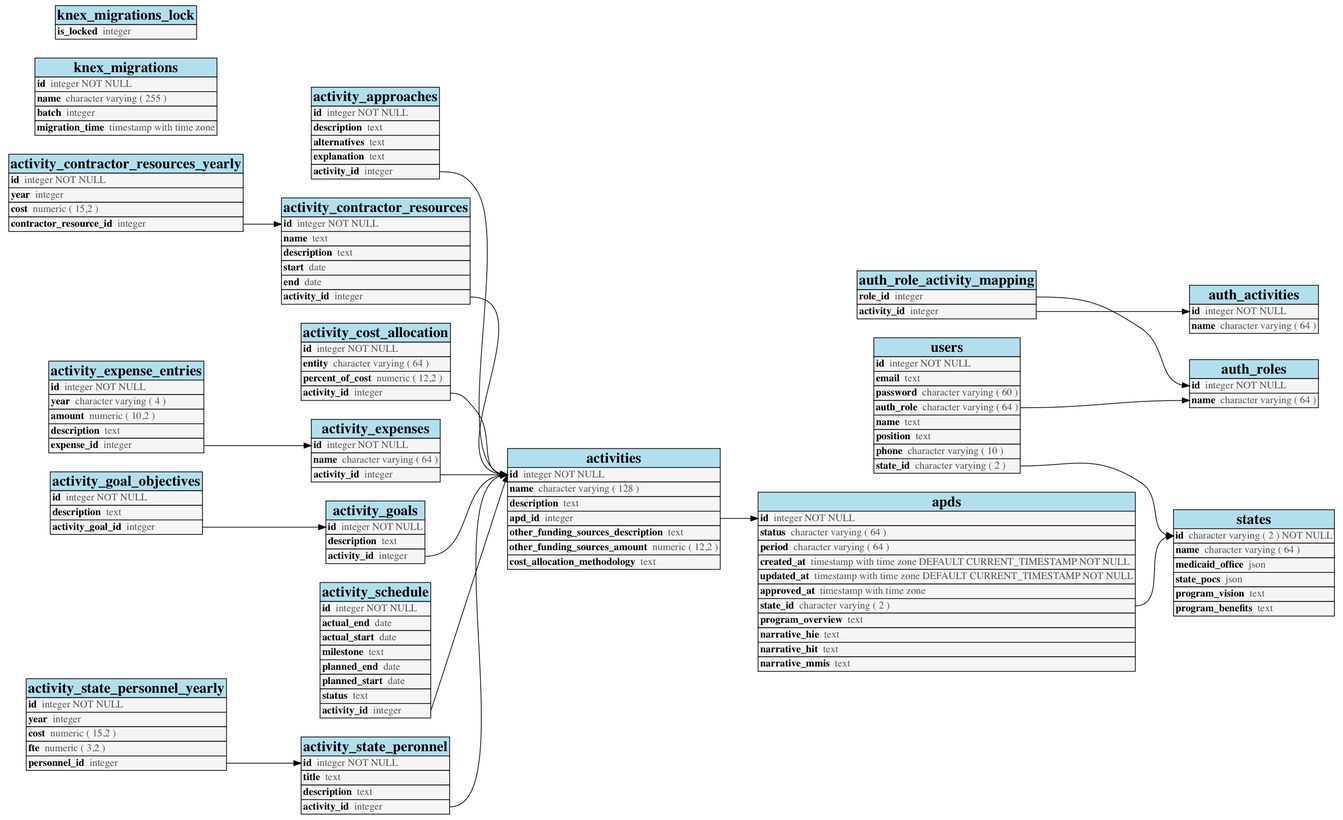
Earlier version of the Graphviz export docs/database-diagram.png (Enterprise-CMCS/eAPD). Its source is kept beside it as docs/database-diagram.dot.
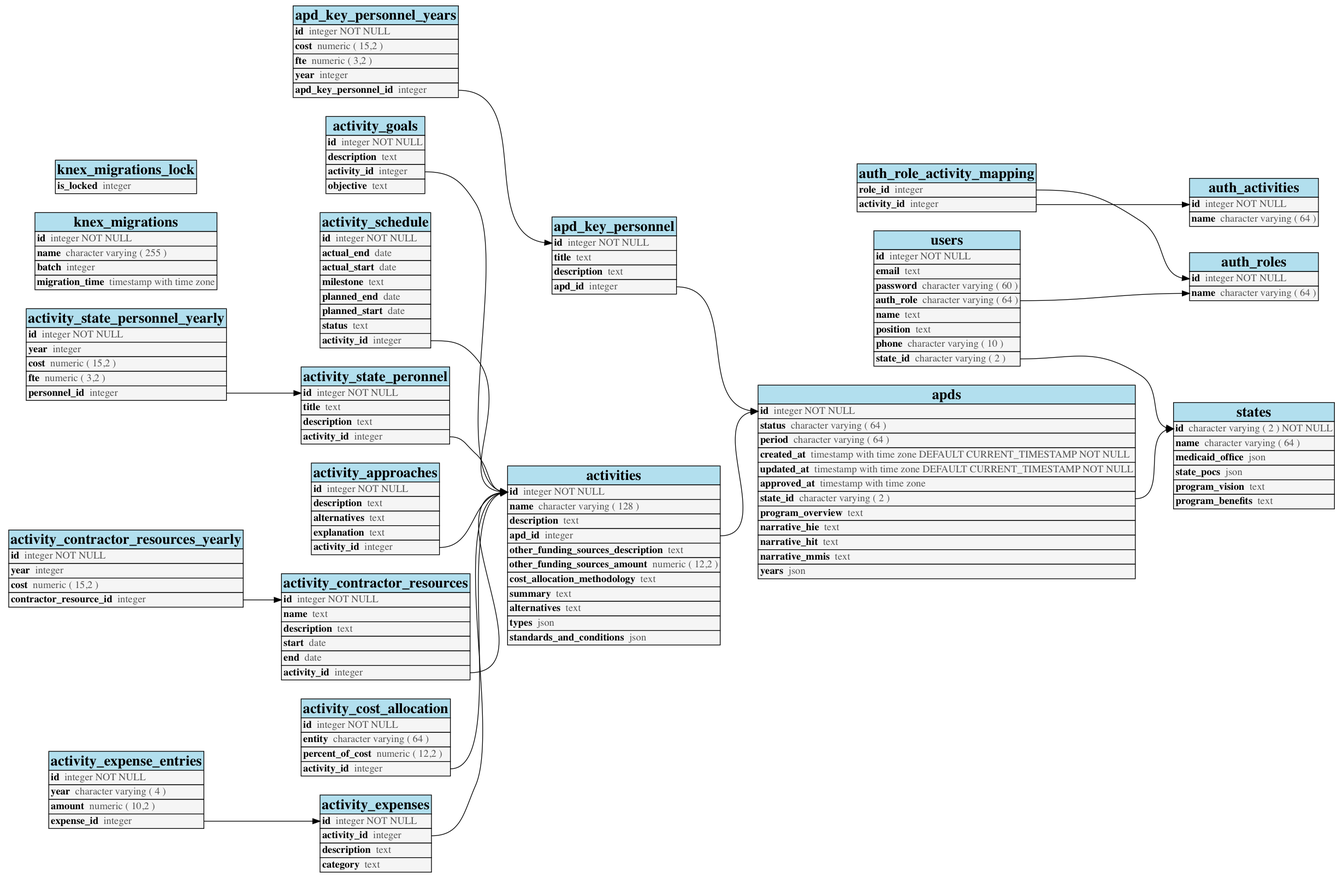
After the commit.

Commit message:
update database diagram

The edit, as a diff of the source:
```diff
@@ -1,5 +1,5 @@
 /*
- * Graphviz of 'dump.sql', created 2018-05-08 19:08:03.521812
+ * Graphviz of 'dump.sql', created 2018-05-24 20:31:41.787902
  * Generated from https://github.com/rm-hull/sql_graphviz
  */
 digraph g { graph [ rankdir = "LR" ];
@@ -16,6 +16,10 @@
         <tr><td bgcolor="grey96" align="left" port="other_funding_sources_description"><font face="Times-bold">other_funding_sources_description</font>  <font color="#535353">text</font></td></tr>
         <tr><td bgcolor="grey96" align="left" port="other_funding_sources_amount"><font face="Times-bold">other_funding_sources_amount</font>  <font color="#535353">numeric ( 12,2 )</font></td></tr>
         <tr><td bgcolor="grey96" align="left" port="cost_allocation_methodology"><font face="Times-bold">cost_allocation_methodology</font>  <font color="#535353">text</font></td></tr>
+        <tr><td bgcolor="grey96" align="left" port="summary"><font face="Times-bold">summary</font>  <font color="#535353">text</font></td></tr>
+        <tr><td bgcolor="grey96" align="left" port="alternatives"><font face="Times-bold">alternatives</font>  <font color="#535353">text</font></td></tr>
+        <tr><td bgcolor="grey96" align="left" port="types"><font face="Times-bold">types</font>  <font color="#535353">json</font></td></tr>
+        <tr><td bgcolor="grey96" align="left" port="standards_and_conditions"><font face="Times-bold">standards_and_conditions</font>  <font color="#535353">json</font></td></tr>
       </table>
     >];
 
@@ -78,7 +82,6 @@
         <tr><td bgcolor="grey96" align="left" port="id"><font face="Times-bold">id</font>  <font color="#535353">integer NOT NULL</font></td></tr>
         <tr><td bgcolor="grey96" align="left" port="year"><font face="Times-bold">year</font>  <font color="#535353">character varying ( 4 )</font></td></tr>
         <tr><td bgcolor="grey96" align="left" port="amount"><font face="Times-bold">amount</font>  <font color="#535353">numeric ( 10,2 )</font></td></tr>
-        <tr><td bgcolor="grey96" align="left" port="description"><font face="Times-bold">description</font>  <font color="#535353">text</font></td></tr>
         <tr><td bgcolor="grey96" align="left" port="expense_id"><font face="Times-bold">expense_id</font>  <font color="#535353">integer</font></td></tr>
       </table>
     >];
@@ -89,19 +92,9 @@
       <table border="0" cellspacing="0" cellborder="1">
         <tr><td bgcolor="lightblue2"><font face="Times-bold" point-size="20">activity_expenses</font></td></tr>
         <tr><td bgcolor="grey96" align="left" port="id"><font face="Times-bold">id</font>  <font color="#535353">integer NOT NULL</font></td></tr>
-        <tr><td bgcolor="grey96" align="left" port="name"><font face="Times-bold">name</font>  <font color="#535353">character varying ( 64 )</font></td></tr>
         <tr><td bgcolor="grey96" align="left" port="activity_id"><font face="Times-bold">activity_id</font>  <font color="#535353">integer</font></td></tr>
-      </table>
-    >];
-
-  "activity_goal_objectives" [
-    shape=none
-    label=<
-      <table border="0" cellspacing="0" cellborder="1">
-        <tr><td bgcolor="lightblue2"><font face="Times-bold" point-size="20">activity_goal_objectives</font></td></tr>
-        <tr><td bgcolor="grey96" align="left" port="id"><font face="Times-bold">id</font>  <font color="#535353">integer NOT NULL</font></td></tr>
         <tr><td bgcolor="grey96" align="left" port="description"><font face="Times-bold">description</font>  <font color="#535353">text</font></td></tr>
-        <tr><td bgcolor="grey96" align="left" port="activity_goal_id"><font face="Times-bold">activity_goal_id</font>  <font color="#535353">integer</font></td></tr>
+        <tr><td bgcolor="grey96" align="left" port="category"><font face="Times-bold">category</font>  <font color="#535353">text</font></td></tr>
       </table>
     >];
 
@@ -113,6 +106,7 @@
         <tr><td bgcolor="grey96" align="left" port="id"><font face="Times-bold">id</font>  <font color="#535353">integer NOT NULL</font></td></tr>
         <tr><td bgcolor="grey96" align="left" port="description"><font face="Times-bold">description</font>  <font color="#535353">text</font></td></tr>
         <tr><td bgcolor="grey96" align="left" port="activity_id"><font face="Times-bold">activity_id</font>  <font color="#535353">integer</font></td></tr>
+        <tr><td bgcolor="grey96" align="left" port="objective"><font face="Times-bold">objective</font>  <font color="#535353">text</font></td></tr>
       </table>
     >];
 
@@ -157,6 +151,31 @@
       </table>
     >];
 
+  "apd_key_personnel" [
+    shape=none
+    label=<
+      <table border="0" cellspacing="0" cellborder="1">
+        <tr><td bgcolor="lightblue2"><font face="Times-bold" point-size="20">apd_key_personnel</font></td></tr>
+        <tr><td bgcolor="grey96" align="left" port="id"><font face="Times-bold">id</font>  <font color="#535353">integer NOT NULL</font></td></tr>
+        <tr><td bgcolor="grey96" align="left" port="title"><font face="Times-bold">title</font>  <font color="#535353">text</font></td></tr>
+        <tr><td bgcolor="grey96" align="left" port="description"><font face="Times-bold">description</font>  <font color="#535353">text</font></td></tr>
+        <tr><td bgcolor="grey96" align="left" port="apd_id"><font face="Times-bold">apd_id</font>  <font color="#535353">integer</font></td></tr>
+      </table>
+    >];
+
+  "apd_key_personnel_years" [
+    shape=none
+    label=<
+      <table border="0" cellspacing="0" cellborder="1">
+        <tr><td bgcolor="lightblue2"><font face="Times-bold" point-size="20">apd_key_personnel_years</font></td></tr>
+        <tr><td bgcolor="grey96" align="left" port="id"><font face="Times-bold">id</font>  <font color="#535353">integer NOT NULL</font></td></tr>
+        <tr><td bgcolor="grey96" align="left" port="cost"><font face="Times-bold">cost</font>  <font color="#535353">numeric ( 15,2 )</font></td></tr>
+        <tr><td bgcolor="grey96" align="left" port="fte"><font face="Times-bold">fte</font>  <font color="#535353">numeric ( 3,2 )</font></td></tr>
+        <tr><td bgcolor="grey96" align="left" port="year"><font face="Times-bold">year</font>  <font color="#535353">integer</font></td></tr>
+        <tr><td bgcolor="grey96" align="left" port="apd_key_personnel_id"><font face="Times-bold">apd_key_personnel_id</font>  <font color="#535353">integer</font></td></tr>
+      </table>
+    >];
+
   "apds" [
     shape=none
     label=<
@@ -173,6 +192,7 @@
         <tr><td bgcolor="grey96" align="left" port="narrative_hie"><font face="Times-bold">narrative_hie</font>  <font color="#535353">text</font></td></tr>
         <tr><td bgcolor="grey96" align="left" port="narrative_hit"><font face="Times-bold">narrative_hit</font>  <font color="#535353">text</font></td></tr>
         <tr><td bgcolor="grey96" align="left" port="narrative_mmis"><font face="Times-bold">narrative_mmis</font>  <font color="#535353">text</font></td></tr>
+        <tr><td bgcolor="grey96" align="left" port="years"><font face="Times-bold">years</font>  <font color="#535353">json</font></td></tr>
       </table>
     >];
 
@@ -263,11 +283,12 @@
   "activity_cost_allocation":activity_id -> "activities":id
   "activity_expense_entries":expense_id -> "activity_expenses":id
   "activity_expenses":activity_id -> "activities":id
-  "activity_goal_objectives":activity_goal_id -> "activity_goals":id
   "activity_goals":activity_id -> "activities":id
   "activity_schedule":activity_id -> "activities":id
   "activity_state_peronnel":activity_id -> "activities":id
   "activity_state_personnel_yearly":personnel_id -> "activity_state_peronnel":id
+  "apd_key_personnel":apd_id -> "apds":id
+  "apd_key_personnel_years":apd_key_personnel_id -> "apd_key_personnel":id
   "apds":state_id -> "states":id
   "auth_role_activity_mapping":activity_id -> "auth_activities":id
   "auth_role_activity_mapping":role_id -> "auth_roles":id
```
